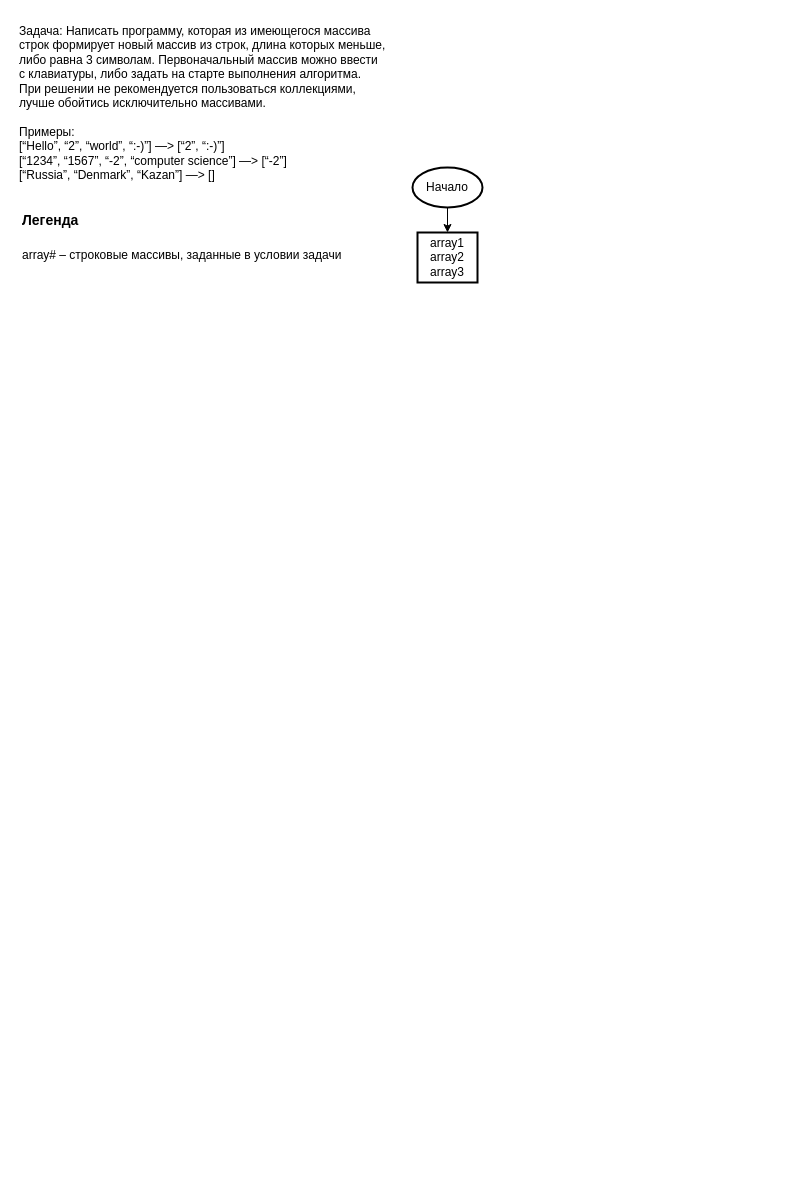
Before: block-diagram for test.drawio in Bezbashenyyi/test, a draw.io diagram. Source tidied: cells renumbered, new cells numbered last; positions are measured from the earlier drawing's top-left corner, leaving out a move shared by most shapes. Both pictures are drawn from the tidied source at 100%, with x=0, y=0 at pixel (17, 17).
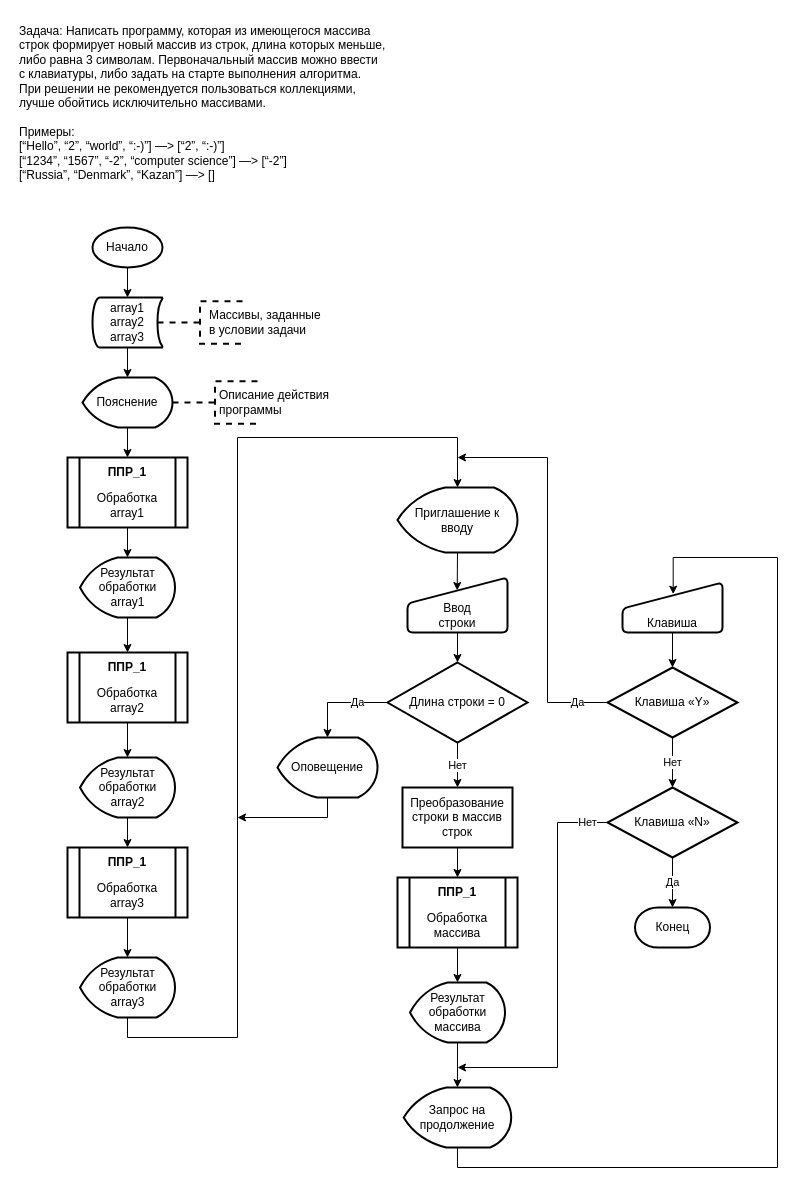
Above is the later version.

Commit message:
Составлена блок-схема тела программы.

Change to the diagram source:
```diff
@@
-    <mxCell id="3" style="edgeStyle=orthogonalEdgeStyle;rounded=0;jettySize=auto;html=1;exitX=0.5;exitY=1;exitDx=0;exitDy=0;exitPerimeter=0;entryX=0.5;entryY=0;entryDx=0;entryDy=0;" parent="1" edge="1" source="4" target="6">
+    <mxCell id="3" style="edgeStyle=orthogonalEdgeStyle;rounded=0;jettySize=auto;html=1;exitX=0.5;exitY=1;exitDx=0;exitDy=0;exitPerimeter=0;entryX=0.5;entryY=0;entryDx=0;entryDy=0;entryPerimeter=0;" parent="1" edge="1" source="4" target="6">
       <mxGeometry relative="1" as="geometry" />
     </mxCell>
     <mxCell id="4" value="Начало" style="strokeWidth=2;html=1;shape=mxgraph.flowchart.start_1;whiteSpace=wrap;" parent="1" vertex="1">
-      <mxGeometry x="395" y="150" width="70" height="40" as="geometry" />
+      <mxGeometry x="75" y="210" width="70" height="40" as="geometry" />
     </mxCell>
-    <mxCell id="5" value="&lt;h1&gt;&lt;font style=&quot;font-size: 14px;&quot;&gt;Легенда&lt;/font&gt;&lt;/h1&gt;&lt;p&gt;array# – строковые массивы, заданные в условии задачи&lt;/p&gt;" style="text;html=1;strokeColor=none;fillColor=none;spacing=5;spacingTop=-20;whiteSpace=wrap;overflow=hidden;rounded=0;" parent="1" vertex="1">
-      <mxGeometry y="180" width="330" height="120" as="geometry" />
-    </mxCell>
-    <mxCell id="6" value="array1&lt;br&gt;array2&lt;br&gt;array3" style="rounded=1;whiteSpace=wrap;html=1;absoluteArcSize=1;arcSize=0;strokeWidth=2;" parent="1" vertex="1">
-      <mxGeometry x="400" y="215" width="60" height="50" as="geometry" />
+    <mxCell id="6" value="array1&lt;br&gt;array2&lt;br&gt;array3" style="strokeWidth=2;html=1;shape=mxgraph.flowchart.stored_data;whiteSpace=wrap;" parent="1" vertex="1">
+      <mxGeometry x="75" y="280" width="70" height="50" as="geometry" />
     </mxCell>
+    <mxCell id="7" style="edgeStyle=orthogonalEdgeStyle;rounded=0;jettySize=auto;html=1;exitX=0.5;exitY=1;exitDx=0;exitDy=0;exitPerimeter=0;entryX=0.5;entryY=0;entryDx=0;entryDy=0;" parent="1" edge="1" source="8" target="12">
+      <mxGeometry relative="1" as="geometry" />
+    </mxCell>
+    <mxCell id="8" value="Пояснение" style="strokeWidth=2;html=1;shape=mxgraph.flowchart.display;whiteSpace=wrap;" parent="1" vertex="1">
+      <mxGeometry x="65" y="360" width="90" height="50" as="geometry" />
+    </mxCell>
+    <mxCell id="9" style="edgeStyle=orthogonalEdgeStyle;rounded=0;jettySize=auto;html=1;exitX=0.5;exitY=1;exitDx=0;exitDy=0;exitPerimeter=0;entryX=0.5;entryY=0;entryDx=0;entryDy=0;entryPerimeter=0;" parent="1" edge="1" source="6" target="8">
+      <mxGeometry relative="1" as="geometry" />
+    </mxCell>
+    <mxCell id="10" style="strokeWidth=2;html=1;shape=mxgraph.flowchart.annotation_2;align=left;labelPosition=right;dashed=1;" parent="1" vertex="1">
+      <mxGeometry x="155" y="363.8" width="85" height="42.5" as="geometry" />
+    </mxCell>
+    <mxCell id="11" value="Описание действия программы" style="text;html=1;strokeColor=none;fillColor=none;align=left;verticalAlign=middle;whiteSpace=wrap;rounded=0;" parent="1" vertex="1">
+      <mxGeometry x="200" y="370" width="120" height="30" as="geometry" />
+    </mxCell>
+    <mxCell id="12" value="&lt;p style=&quot;line-height: 120%;&quot;&gt;&lt;b&gt;ППР_1&lt;/b&gt;&lt;/p&gt;&lt;p style=&quot;line-height: 120%;&quot;&gt;Обработка&lt;br&gt;array1&lt;/p&gt;" style="shape=process;whiteSpace=wrap;backgroundOutline=1;strokeWidth=2;html=1;" parent="1" vertex="1">
+      <mxGeometry x="50" y="440" width="120" height="70" as="geometry" />
+    </mxCell>
+    <mxCell id="13" style="edgeStyle=orthogonalEdgeStyle;rounded=0;jettySize=auto;html=1;exitX=0.5;exitY=1;exitDx=0;exitDy=0;exitPerimeter=0;entryX=0.5;entryY=0;entryDx=0;entryDy=0;" parent="1" edge="1" source="14" target="18">
+      <mxGeometry relative="1" as="geometry" />
+    </mxCell>
+    <mxCell id="14" value="Результат обработки array1" style="strokeWidth=2;html=1;shape=mxgraph.flowchart.display;whiteSpace=wrap;" parent="1" vertex="1">
+      <mxGeometry x="62.5" y="540" width="95" height="60" as="geometry" />
+    </mxCell>
+    <mxCell id="15" style="edgeStyle=orthogonalEdgeStyle;rounded=0;jettySize=auto;html=1;exitX=0.5;exitY=1;exitDx=0;exitDy=0;entryX=0.5;entryY=0;entryDx=0;entryDy=0;entryPerimeter=0;" parent="1" edge="1" source="12" target="14">
+      <mxGeometry relative="1" as="geometry" />
+    </mxCell>
+    <mxCell id="16" style="strokeWidth=2;html=1;shape=mxgraph.flowchart.annotation_2;align=left;labelPosition=right;dashed=1;" parent="1" vertex="1">
+      <mxGeometry x="140" y="283.8" width="85" height="42.5" as="geometry" />
+    </mxCell>
+    <mxCell id="17" value="Массивы, заданные в условии задачи" style="text;html=1;strokeColor=none;fillColor=none;align=left;verticalAlign=middle;whiteSpace=wrap;rounded=0;" parent="1" vertex="1">
+      <mxGeometry x="190" y="290" width="120" height="30" as="geometry" />
+    </mxCell>
+    <mxCell id="18" value="&lt;p style=&quot;line-height: 120%;&quot;&gt;&lt;b&gt;ППР_1&lt;/b&gt;&lt;/p&gt;&lt;p style=&quot;line-height: 120%;&quot;&gt;Обработка&lt;br&gt;array2&lt;/p&gt;" style="shape=process;whiteSpace=wrap;backgroundOutline=1;strokeWidth=2;html=1;" parent="1" vertex="1">
+      <mxGeometry x="50" y="635" width="120" height="70" as="geometry" />
+    </mxCell>
+    <mxCell id="19" style="edgeStyle=orthogonalEdgeStyle;rounded=0;jettySize=auto;html=1;exitX=0.5;exitY=1;exitDx=0;exitDy=0;exitPerimeter=0;entryX=0.5;entryY=0;entryDx=0;entryDy=0;" parent="1" edge="1" source="20" target="22">
+      <mxGeometry relative="1" as="geometry" />
+    </mxCell>
+    <mxCell id="20" value="Результат обработки array2" style="strokeWidth=2;html=1;shape=mxgraph.flowchart.display;whiteSpace=wrap;" parent="1" vertex="1">
+      <mxGeometry x="62.5" y="740" width="95" height="60" as="geometry" />
+    </mxCell>
+    <mxCell id="21" style="edgeStyle=orthogonalEdgeStyle;rounded=0;jettySize=auto;html=1;exitX=0.5;exitY=1;exitDx=0;exitDy=0;entryX=0.5;entryY=0;entryDx=0;entryDy=0;entryPerimeter=0;" parent="1" edge="1" source="18" target="20">
+      <mxGeometry relative="1" as="geometry" />
+    </mxCell>
+    <mxCell id="22" value="&lt;p style=&quot;line-height: 120%;&quot;&gt;&lt;b&gt;ППР_1&lt;/b&gt;&lt;/p&gt;&lt;p style=&quot;line-height: 120%;&quot;&gt;Обработка&lt;br&gt;array3&lt;/p&gt;" style="shape=process;whiteSpace=wrap;backgroundOutline=1;strokeWidth=2;html=1;" parent="1" vertex="1">
+      <mxGeometry x="50" y="830" width="120" height="70" as="geometry" />
+    </mxCell>
+    <mxCell id="23" value="Результат обработки array3" style="strokeWidth=2;html=1;shape=mxgraph.flowchart.display;whiteSpace=wrap;" parent="1" vertex="1">
+      <mxGeometry x="62.5" y="940" width="95" height="60" as="geometry" />
+    </mxCell>
+    <mxCell id="24" style="edgeStyle=orthogonalEdgeStyle;rounded=0;jettySize=auto;html=1;exitX=0.5;exitY=1;exitDx=0;exitDy=0;entryX=0.5;entryY=0;entryDx=0;entryDy=0;entryPerimeter=0;" parent="1" edge="1" source="22" target="23">
+      <mxGeometry relative="1" as="geometry" />
+    </mxCell>
+    <mxCell id="25" value="Приглашение к вводу" style="strokeWidth=2;html=1;shape=mxgraph.flowchart.display;whiteSpace=wrap;" parent="1" vertex="1">
+      <mxGeometry x="380" y="470" width="120" height="65" as="geometry" />
+    </mxCell>
+    <mxCell id="26" style="edgeStyle=orthogonalEdgeStyle;rounded=0;jettySize=auto;html=1;exitX=0.5;exitY=1;exitDx=0;exitDy=0;exitPerimeter=0;entryX=0.5;entryY=0;entryDx=0;entryDy=0;entryPerimeter=0;" parent="1" edge="1" source="23" target="25">
+      <mxGeometry relative="1" as="geometry">
+        <Array as="points">
+          <mxPoint x="110" y="1020" />
+          <mxPoint x="220" y="1020" />
+          <mxPoint x="220" y="420" />
+          <mxPoint x="440" y="420" />
+        </Array>
+      </mxGeometry>
+    </mxCell>
+    <mxCell id="27" style="edgeStyle=orthogonalEdgeStyle;rounded=0;jettySize=auto;html=1;exitX=0.5;exitY=1;exitDx=0;exitDy=0;entryX=0.5;entryY=0;entryDx=0;entryDy=0;" parent="1" edge="1" source="28" target="39">
+      <mxGeometry relative="1" as="geometry" />
+    </mxCell>
+    <mxCell id="28" value="Ввод&lt;br&gt;строки" style="html=1;strokeWidth=2;shape=manualInput;whiteSpace=wrap;rounded=1;size=26;arcSize=11;verticalAlign=bottom;" parent="1" vertex="1">
+      <mxGeometry x="390" y="560" width="100" height="55" as="geometry" />
+    </mxCell>
+    <mxCell id="29" style="edgeStyle=orthogonalEdgeStyle;rounded=0;jettySize=auto;html=1;exitX=0.5;exitY=1;exitDx=0;exitDy=0;exitPerimeter=0;entryX=0.497;entryY=0.236;entryDx=0;entryDy=0;entryPerimeter=0;" parent="1" edge="1" source="25" target="28">
+      <mxGeometry relative="1" as="geometry" />
+    </mxCell>
+    <mxCell id="30" style="edgeStyle=orthogonalEdgeStyle;rounded=0;jettySize=auto;html=1;exitX=0.5;exitY=1;exitDx=0;exitDy=0;entryX=0.5;entryY=0;entryDx=0;entryDy=0;" parent="1" edge="1" source="31" target="32">
+      <mxGeometry relative="1" as="geometry" />
+    </mxCell>
+    <mxCell id="31" value="Преобразование строки в массив строк" style="rounded=1;whiteSpace=wrap;html=1;absoluteArcSize=1;arcSize=0;strokeWidth=2;" parent="1" vertex="1">
+      <mxGeometry x="385" y="770" width="110" height="60" as="geometry" />
+    </mxCell>
+    <mxCell id="32" value="&lt;p style=&quot;line-height: 120%;&quot;&gt;&lt;b&gt;ППР_1&lt;/b&gt;&lt;/p&gt;&lt;p style=&quot;line-height: 120%;&quot;&gt;Обработка&lt;br&gt;массива&lt;/p&gt;" style="shape=process;whiteSpace=wrap;backgroundOutline=1;strokeWidth=2;html=1;" parent="1" vertex="1">
+      <mxGeometry x="380" y="860" width="120" height="70" as="geometry" />
+    </mxCell>
+    <mxCell id="33" value="Результат обработки массива" style="strokeWidth=2;html=1;shape=mxgraph.flowchart.display;whiteSpace=wrap;" parent="1" vertex="1">
+      <mxGeometry x="392.5" y="965" width="95" height="60" as="geometry" />
+    </mxCell>
+    <mxCell id="34" style="edgeStyle=orthogonalEdgeStyle;rounded=0;jettySize=auto;html=1;exitX=0.5;exitY=1;exitDx=0;exitDy=0;entryX=0.5;entryY=0;entryDx=0;entryDy=0;entryPerimeter=0;" parent="1" edge="1" source="32" target="33">
+      <mxGeometry relative="1" as="geometry" />
+    </mxCell>
+    <mxCell id="35" style="edgeStyle=orthogonalEdgeStyle;rounded=0;jettySize=auto;html=1;exitX=0.5;exitY=1;exitDx=0;exitDy=0;exitPerimeter=0;entryX=0.507;entryY=0.233;entryDx=0;entryDy=0;entryPerimeter=0;" parent="1" edge="1" source="36" target="51">
+      <mxGeometry relative="1" as="geometry">
+        <Array as="points">
+          <mxPoint x="440" y="1150" />
+          <mxPoint x="760" y="1150" />
+          <mxPoint x="760" y="540" />
+          <mxPoint x="656" y="540" />
+        </Array>
+      </mxGeometry>
+    </mxCell>
+    <mxCell id="36" value="Запрос на продолжение" style="strokeWidth=2;html=1;shape=mxgraph.flowchart.display;whiteSpace=wrap;" parent="1" vertex="1">
+      <mxGeometry x="386.2" y="1070" width="107.5" height="60" as="geometry" />
+    </mxCell>
+    <mxCell id="37" style="edgeStyle=orthogonalEdgeStyle;rounded=0;jettySize=auto;html=1;exitX=0.5;exitY=1;exitDx=0;exitDy=0;exitPerimeter=0;entryX=0.5;entryY=0;entryDx=0;entryDy=0;entryPerimeter=0;" parent="1" edge="1" source="33" target="36">
+      <mxGeometry relative="1" as="geometry" />
+    </mxCell>
+    <mxCell id="38" value="Нет" style="edgeStyle=orthogonalEdgeStyle;rounded=0;jettySize=auto;html=1;exitX=0.5;exitY=1;exitDx=0;exitDy=0;entryX=0.5;entryY=0;entryDx=0;entryDy=0;" parent="1" edge="1" source="39" target="31">
+      <mxGeometry relative="1" as="geometry" />
+    </mxCell>
+    <mxCell id="39" value="Длина строки = 0" style="rhombus;whiteSpace=wrap;html=1;strokeWidth=2;" parent="1" vertex="1">
+      <mxGeometry x="370" y="645" width="140" height="80" as="geometry" />
+    </mxCell>
+    <mxCell id="40" style="edgeStyle=orthogonalEdgeStyle;rounded=0;jettySize=auto;html=1;exitX=0.5;exitY=1;exitDx=0;exitDy=0;exitPerimeter=0;" parent="1" edge="1" source="41">
+      <mxGeometry relative="1" as="geometry">
+        <mxPoint x="220" y="800" as="targetPoint" />
+        <Array as="points">
+          <mxPoint x="310" y="800" />
+        </Array>
+      </mxGeometry>
+    </mxCell>
+    <mxCell id="41" value="Оповещение" style="strokeWidth=2;html=1;shape=mxgraph.flowchart.display;whiteSpace=wrap;" parent="1" vertex="1">
+      <mxGeometry x="260" y="720" width="100" height="60" as="geometry" />
+    </mxCell>
+    <mxCell id="42" value="Да" style="edgeStyle=orthogonalEdgeStyle;rounded=0;jettySize=auto;html=1;exitX=0;exitY=0.5;exitDx=0;exitDy=0;entryX=0.5;entryY=0;entryDx=0;entryDy=0;entryPerimeter=0;" parent="1" edge="1" source="39" target="41">
+      <mxGeometry x="-0.37" relative="1" as="geometry" />
+    </mxCell>
+    <mxCell id="43" value="Да" style="edgeStyle=orthogonalEdgeStyle;rounded=0;jettySize=auto;html=1;exitX=0;exitY=0.5;exitDx=0;exitDy=0;" parent="1" edge="1" source="45">
+      <mxGeometry x="-0.85" relative="1" as="geometry">
+        <mxPoint x="440" y="440" as="targetPoint" />
+        <Array as="points">
+          <mxPoint x="530" y="685" />
+          <mxPoint x="530" y="440" />
+        </Array>
+      </mxGeometry>
+    </mxCell>
+    <mxCell id="44" value="Нет" style="edgeStyle=orthogonalEdgeStyle;rounded=0;jettySize=auto;html=1;exitX=0.5;exitY=1;exitDx=0;exitDy=0;entryX=0.5;entryY=0;entryDx=0;entryDy=0;" parent="1" edge="1" source="45" target="47">
+      <mxGeometry relative="1" as="geometry" />
+    </mxCell>
+    <mxCell id="45" value="Клавиша «Y»" style="rhombus;whiteSpace=wrap;html=1;strokeWidth=2;" parent="1" vertex="1">
+      <mxGeometry x="590" y="650" width="130" height="70" as="geometry" />
+    </mxCell>
+    <mxCell id="46" value="Нет" style="edgeStyle=orthogonalEdgeStyle;rounded=0;jettySize=auto;html=1;exitX=0;exitY=0.5;exitDx=0;exitDy=0;" parent="1" edge="1" source="47">
+      <mxGeometry x="-0.9" relative="1" as="geometry">
+        <mxPoint x="440" y="1050" as="targetPoint" />
+        <Array as="points">
+          <mxPoint x="540" y="805" />
+          <mxPoint x="540" y="1050" />
+        </Array>
+      </mxGeometry>
+    </mxCell>
+    <mxCell id="47" value="Клавиша «N»" style="rhombus;whiteSpace=wrap;html=1;strokeWidth=2;" parent="1" vertex="1">
+      <mxGeometry x="590" y="770" width="130" height="70" as="geometry" />
+    </mxCell>
+    <mxCell id="48" value="Конец" style="strokeWidth=2;html=1;shape=mxgraph.flowchart.terminator;whiteSpace=wrap;" parent="1" vertex="1">
+      <mxGeometry x="617.5" y="890" width="75" height="40" as="geometry" />
+    </mxCell>
+    <mxCell id="49" value="Да" style="edgeStyle=orthogonalEdgeStyle;rounded=0;jettySize=auto;html=1;exitX=0.5;exitY=1;exitDx=0;exitDy=0;entryX=0.5;entryY=0;entryDx=0;entryDy=0;entryPerimeter=0;" parent="1" edge="1" source="47" target="48">
+      <mxGeometry relative="1" as="geometry" />
+    </mxCell>
+    <mxCell id="50" style="edgeStyle=orthogonalEdgeStyle;rounded=0;jettySize=auto;html=1;exitX=0.5;exitY=1;exitDx=0;exitDy=0;entryX=0.5;entryY=0;entryDx=0;entryDy=0;" parent="1" edge="1" source="51" target="45">
+      <mxGeometry relative="1" as="geometry" />
+    </mxCell>
+    <mxCell id="51" value="Клавиша" style="html=1;strokeWidth=2;shape=manualInput;whiteSpace=wrap;rounded=1;size=26;arcSize=11;verticalAlign=bottom;" parent="1" vertex="1">
+      <mxGeometry x="605" y="565" width="100" height="50" as="geometry" />
+    </mxCell>
```
